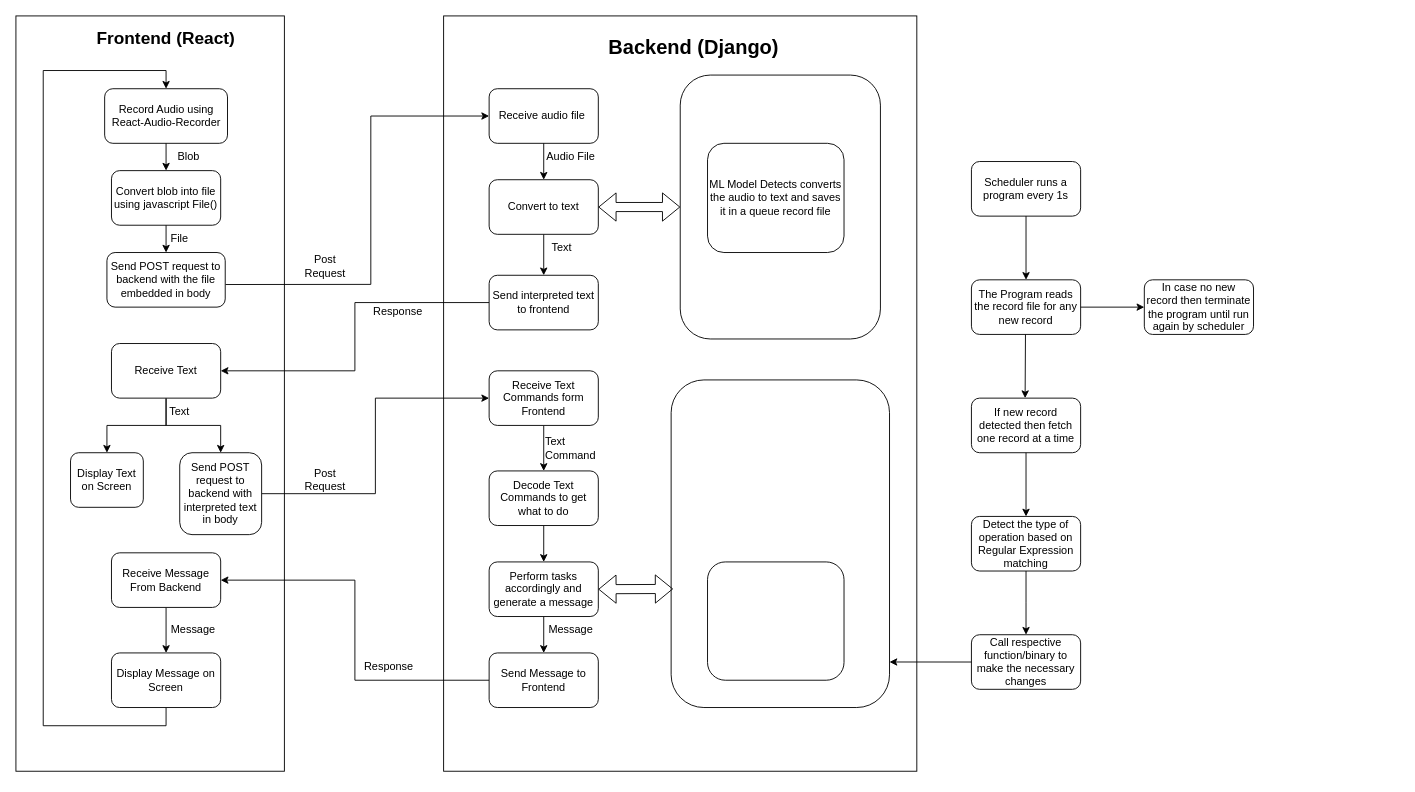
The draw.io diagram ad.drawio in e4stw7nd/OS-Project, before the edit. Source tidied: cells renumbered, new cells numbered last; positions are measured from the earlier drawing's top-left corner, leaving out a move shared by most shapes. Both pictures are drawn from the tidied source at 91%, with x=0, y=0 at pixel (15, 15).
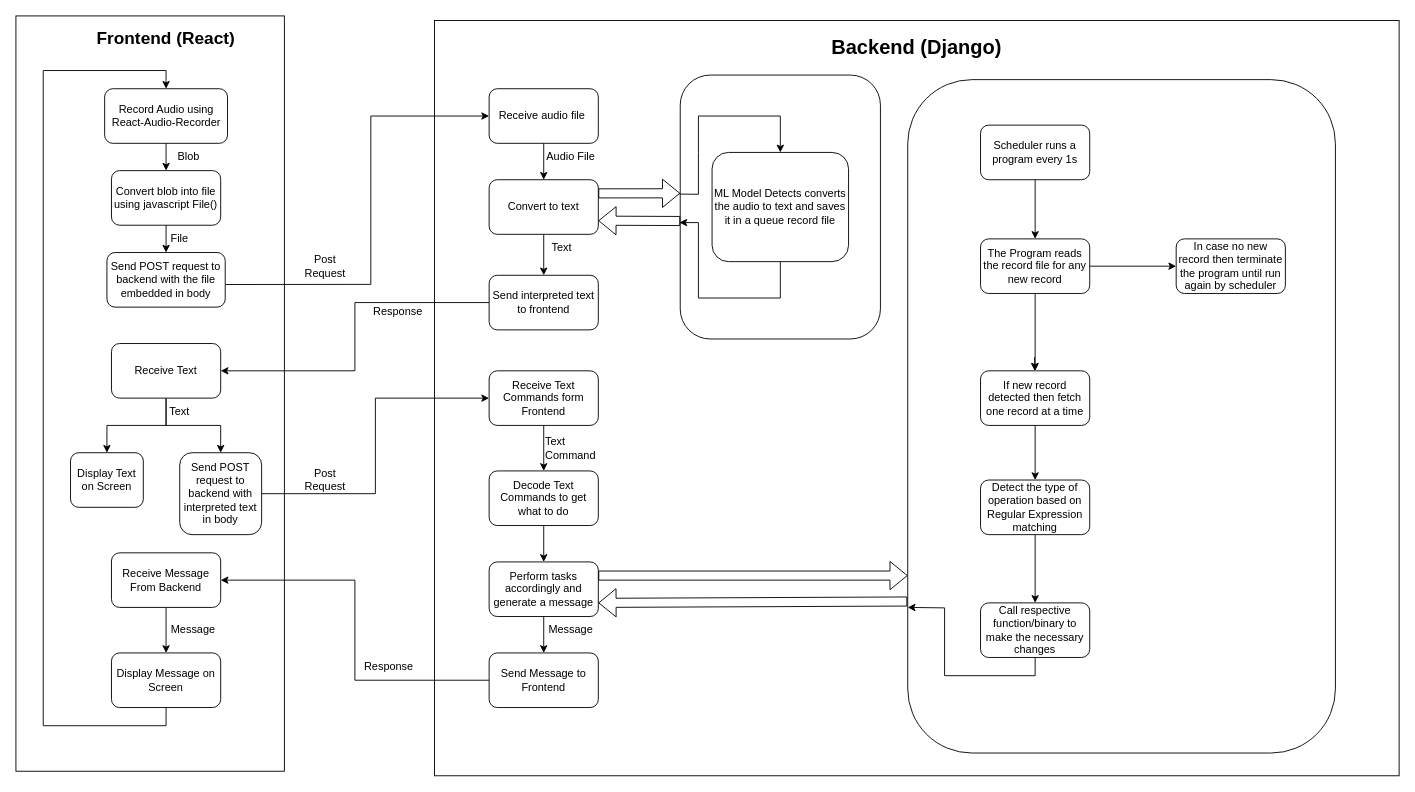
The same diagram, later.

The change refers to these unchanged cells:
```xml
<mxCell id="17" value="Convert to text" style="rounded=1;whiteSpace=wrap;html=1;" parent="1" vertex="1">
  <mxGeometry x="520" y="180" width="120" height="60" as="geometry" />
</mxCell>
<mxCell id="37" value="Perform tasks accordingly and generate a message" style="rounded=1;whiteSpace=wrap;html=1;" parent="1" vertex="1">
  <mxGeometry x="520" y="600" width="120" height="60" as="geometry" />
</mxCell>
<mxCell id="48" style="rounded=1;whiteSpace=wrap;html=1;" parent="1" vertex="1">
  <mxGeometry x="730" y="65" width="220" height="290" as="geometry" />
</mxCell>
```

Diff of the diagram source:
```diff
@@
     <mxCell id="11" style="rounded=0;whiteSpace=wrap;html=1;" parent="1" vertex="1">
-      <mxGeometry x="470" width="520" height="830" as="geometry" />
+      <mxGeometry x="460" y="5" width="1060" height="830" as="geometry" />
     </mxCell>
     <mxCell id="12" value="&lt;b&gt;&lt;font style=&quot;font-size: 22px;&quot;&gt;Backend (Django)&lt;/font&gt;&lt;/b&gt;" style="text;html=1;strokeColor=none;fillColor=none;align=center;verticalAlign=middle;whiteSpace=wrap;rounded=0;" parent="1" vertex="1">
-      <mxGeometry x="610" y="20" width="270" height="30" as="geometry" />
+      <mxGeometry x="855" y="20" width="270" height="30" as="geometry" />
     </mxCell>
@@
-    <mxCell id="49" style="shape=flexArrow;endArrow=classic;startArrow=classic;html=1;rounded=0;exitX=1;exitY=0.5;exitDx=0;exitDy=0;" parent="1" edge="1" source="17">
-      <mxGeometry relative="1" as="geometry">
-        <mxPoint x="730" y="210" as="targetPoint" />
-      </mxGeometry>
-    </mxCell>
-    <mxCell id="50" style="rounded=1;whiteSpace=wrap;html=1;" parent="1" vertex="1">
-      <mxGeometry x="720" y="400" width="240" height="360" as="geometry" />
-    </mxCell>
-    <mxCell id="51" style="shape=flexArrow;endArrow=classic;startArrow=classic;html=1;rounded=0;exitX=1;exitY=0.5;exitDx=0;exitDy=0;entryX=0.009;entryY=0.638;entryDx=0;entryDy=0;entryPerimeter=0;" parent="1" edge="1" source="37" target="50">
-      <mxGeometry relative="1" as="geometry" />
-    </mxCell>
     <mxCell id="52" value="ML Model Detects converts the audio to text and saves it in a queue record file" style="rounded=1;whiteSpace=wrap;html=1;" parent="1" vertex="1">
-      <mxGeometry x="760" y="140" width="150" height="120" as="geometry" />
+      <mxGeometry x="765" y="150" width="150" height="120" as="geometry" />
     </mxCell>
+    <mxCell id="66" style="rounded=1;whiteSpace=wrap;html=1;" parent="1" vertex="1">
+      <mxGeometry x="980" y="70" width="470" height="740" as="geometry" />
+    </mxCell>
     <mxCell id="53" value="Scheduler runs a program every 1s" style="rounded=1;whiteSpace=wrap;html=1;" parent="1" vertex="1">
-      <mxGeometry x="1050" y="160" width="120" height="60" as="geometry" />
+      <mxGeometry x="1060" y="120" width="120" height="60" as="geometry" />
     </mxCell>
-    <mxCell id="54" style="endArrow=classic;html=1;rounded=0;exitX=0.5;exitY=1;exitDx=0;exitDy=0;" parent="1" edge="1" source="53">
-      <mxGeometry relative="1" as="geometry">
-        <mxPoint x="1110" y="290" as="targetPoint" />
-      </mxGeometry>
-    </mxCell>
-    <mxCell id="55" value="The Program reads the record file for any new record" style="rounded=1;whiteSpace=wrap;html=1;" parent="1" vertex="1">
-      <mxGeometry x="1050" y="290" width="120" height="60" as="geometry" />
-    </mxCell>
-    <mxCell id="56" style="endArrow=classic;html=1;rounded=0;" parent="1" edge="1" target="57">
-      <mxGeometry relative="1" as="geometry">
-        <mxPoint x="1170" y="320" as="sourcePoint" />
-      </mxGeometry>
+    <mxCell id="56" style="endArrow=classic;html=1;rounded=0;exitX=1;exitY=0.5;exitDx=0;exitDy=0;" parent="1" edge="1" source="55" target="57">
+      <mxGeometry relative="1" as="geometry" />
     </mxCell>
     <mxCell id="57" value="In case no new record then terminate the program until run again by scheduler" style="rounded=1;whiteSpace=wrap;html=1;" parent="1" vertex="1">
-      <mxGeometry x="1240" y="290" width="120" height="60" as="geometry" />
+      <mxGeometry x="1275" y="245" width="120" height="60" as="geometry" />
     </mxCell>
-    <mxCell id="58" style="endArrow=classic;html=1;rounded=0;" parent="1" edge="1">
-      <mxGeometry relative="1" as="geometry">
-        <mxPoint x="1109.4" y="350" as="sourcePoint" />
-        <mxPoint x="1109" y="420" as="targetPoint" />
-      </mxGeometry>
-    </mxCell>
+    <mxCell id="67" style="edgeStyle=orthogonalEdgeStyle;rounded=0;jettySize=auto;html=1;exitX=0.5;exitY=1;exitDx=0;exitDy=0;entryX=0.5;entryY=0;entryDx=0;entryDy=0;" parent="1" edge="1" source="62" target="63">
+      <mxGeometry relative="1" as="geometry" />
+    </mxCell>
+    <mxCell id="62" value="Detect the type of operation based on Regular Expression matching" style="rounded=1;whiteSpace=wrap;html=1;" parent="1" vertex="1">
+      <mxGeometry x="1060" y="510" width="120" height="60" as="geometry" />
+    </mxCell>
+    <mxCell id="68" style="edgeStyle=orthogonalEdgeStyle;rounded=0;jettySize=auto;html=1;exitX=0.5;exitY=1;exitDx=0;exitDy=0;" parent="1" edge="1" source="63">
+      <mxGeometry relative="1" as="geometry">
+        <mxPoint x="980" y="650" as="targetPoint" />
+      </mxGeometry>
+    </mxCell>
+    <mxCell id="63" value="Call respective function/binary to make the necessary changes" style="rounded=1;whiteSpace=wrap;html=1;" parent="1" vertex="1">
+      <mxGeometry x="1060" y="645" width="120" height="60" as="geometry" />
+    </mxCell>
+    <mxCell id="69" style="endArrow=classic;html=1;rounded=0;exitX=0.5;exitY=1;exitDx=0;exitDy=0;" parent="1" edge="1" source="53" target="55">
+      <mxGeometry relative="1" as="geometry" />
+    </mxCell>
+    <mxCell id="70" style="edgeStyle=orthogonalEdgeStyle;rounded=0;jettySize=auto;html=1;exitX=0.5;exitY=1;exitDx=0;exitDy=0;entryX=0.5;entryY=0;entryDx=0;entryDy=0;" parent="1" edge="1" source="55" target="59">
+      <mxGeometry relative="1" as="geometry" />
+    </mxCell>
+    <mxCell id="55" value="The Program reads the record file for any new record" style="rounded=1;whiteSpace=wrap;html=1;" parent="1" vertex="1">
+      <mxGeometry x="1060" y="245" width="120" height="60" as="geometry" />
+    </mxCell>
+    <mxCell id="71" style="endArrow=classic;html=1;rounded=0;" parent="1" edge="1" target="59">
+      <mxGeometry relative="1" as="geometry">
+        <mxPoint x="1119.4" y="375" as="sourcePoint" />
+      </mxGeometry>
+    </mxCell>
+    <mxCell id="72" style="edgeStyle=orthogonalEdgeStyle;rounded=0;jettySize=auto;html=1;exitX=0.5;exitY=1;exitDx=0;exitDy=0;entryX=0.5;entryY=0;entryDx=0;entryDy=0;" parent="1" edge="1" source="59" target="62">
+      <mxGeometry relative="1" as="geometry" />
+    </mxCell>
     <mxCell id="59" value="If new record detected then fetch one record at a time" style="rounded=1;whiteSpace=wrap;html=1;" parent="1" vertex="1">
-      <mxGeometry x="1050" y="420" width="120" height="60" as="geometry" />
+      <mxGeometry x="1060" y="390" width="120" height="60" as="geometry" />
     </mxCell>
-    <mxCell id="60" style="endArrow=classic;html=1;rounded=0;" parent="1" edge="1">
-      <mxGeometry relative="1" as="geometry">
-        <mxPoint x="1110" y="480" as="sourcePoint" />
-        <mxPoint x="1110" y="550" as="targetPoint" />
-      </mxGeometry>
-    </mxCell>
-    <mxCell id="61" style="edgeStyle=orthogonalEdgeStyle;rounded=0;jettySize=auto;html=1;" parent="1" edge="1" source="62">
-      <mxGeometry relative="1" as="geometry">
-        <mxPoint x="1110" y="680" as="targetPoint" />
-      </mxGeometry>
-    </mxCell>
-    <mxCell id="62" value="Detect the type of operation based on Regular Expression matching" style="rounded=1;whiteSpace=wrap;html=1;" parent="1" vertex="1">
-      <mxGeometry x="1050" y="550" width="120" height="60" as="geometry" />
-    </mxCell>
-    <mxCell id="63" value="Call respective function/binary to make the necessary changes" style="rounded=1;whiteSpace=wrap;html=1;" parent="1" vertex="1">
-      <mxGeometry x="1050" y="680" width="120" height="60" as="geometry" />
-    </mxCell>
-    <mxCell id="64" style="endArrow=classic;html=1;rounded=0;entryX=1;entryY=0.861;entryDx=0;entryDy=0;entryPerimeter=0;" parent="1" edge="1" target="50">
-      <mxGeometry relative="1" as="geometry">
-        <mxPoint x="1050" y="710" as="sourcePoint" />
-      </mxGeometry>
-    </mxCell>
-    <mxCell id="65" style="rounded=1;whiteSpace=wrap;html=1;" parent="1" vertex="1">
-      <mxGeometry x="760" y="600" width="150" height="130" as="geometry" />
-    </mxCell>
+    <mxCell id="73" style="rounded=0;whiteSpace=wrap;html=1;" parent="1" vertex="1">
+      <mxGeometry x="1000" y="670" as="geometry" />
+    </mxCell>
+    <mxCell id="74" style="whiteSpace=wrap;html=1;" parent="1" vertex="1">
+      <mxGeometry x="1000" y="672.5" as="geometry" />
+    </mxCell>
+    <mxCell id="75" style="endArrow=classic;html=1;rounded=0;entryX=0;entryY=0.5;entryDx=0;entryDy=0;exitX=0;exitY=0.5;exitDx=0;exitDy=0;" parent="1" edge="1" source="63" target="63">
+      <mxGeometry relative="1" as="geometry" />
+    </mxCell>
+    <mxCell id="76" style="shape=flexArrow;endArrow=classic;html=1;rounded=0;exitX=1;exitY=0.25;exitDx=0;exitDy=0;entryX=0;entryY=0.448;entryDx=0;entryDy=0;entryPerimeter=0;" parent="1" edge="1" source="17" target="48">
+      <mxGeometry relative="1" as="geometry" />
+    </mxCell>
+    <mxCell id="77" style="shape=flexArrow;endArrow=classic;html=1;rounded=0;exitX=0;exitY=0.553;exitDx=0;exitDy=0;exitPerimeter=0;entryX=1;entryY=0.75;entryDx=0;entryDy=0;" parent="1" edge="1" source="48" target="17">
+      <mxGeometry relative="1" as="geometry" />
+    </mxCell>
+    <mxCell id="78" style="endArrow=classic;html=1;rounded=0;entryX=0.5;entryY=0;entryDx=0;entryDy=0;exitX=-0.004;exitY=0.451;exitDx=0;exitDy=0;exitPerimeter=0;" parent="1" edge="1" source="48" target="52">
+      <mxGeometry relative="1" as="geometry">
+        <Array as="points">
+          <mxPoint x="750" y="196" />
+          <mxPoint x="750" y="150" />
+          <mxPoint x="750" y="110" />
+          <mxPoint x="840" y="110" />
+        </Array>
+      </mxGeometry>
+    </mxCell>
+    <mxCell id="79" style="edgeStyle=orthogonalEdgeStyle;rounded=0;jettySize=auto;html=1;exitX=0.5;exitY=1;exitDx=0;exitDy=0;entryX=-0.004;entryY=0.559;entryDx=0;entryDy=0;entryPerimeter=0;" parent="1" edge="1" source="52" target="48">
+      <mxGeometry relative="1" as="geometry">
+        <Array as="points">
+          <mxPoint x="840" y="310" />
+          <mxPoint x="750" y="310" />
+          <mxPoint x="750" y="227" />
+        </Array>
+      </mxGeometry>
+    </mxCell>
+    <mxCell id="80" style="shape=flexArrow;endArrow=classic;html=1;rounded=0;exitX=1;exitY=0.25;exitDx=0;exitDy=0;" parent="1" edge="1" source="37">
+      <mxGeometry relative="1" as="geometry">
+        <mxPoint x="980" y="615" as="targetPoint" />
+      </mxGeometry>
+    </mxCell>
+    <mxCell id="81" style="shape=flexArrow;endArrow=classic;html=1;rounded=0;exitX=-0.001;exitY=0.775;exitDx=0;exitDy=0;exitPerimeter=0;entryX=1;entryY=0.75;entryDx=0;entryDy=0;" parent="1" edge="1" source="66" target="37">
+      <mxGeometry relative="1" as="geometry" />
+    </mxCell>
```
